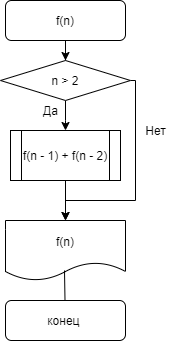
The draw.io diagram Untitled Diagram.drawio.png in xcmdx/zxc, before a commit. Source tidied: cells renumbered, new cells last; positions are measured from the earlier drawing's top-left corner, leaving out a move shared by most shapes.
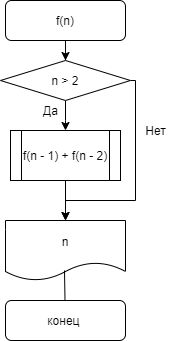
The same file after the commit.

Diff of the diagram source:
```diff
@@ -49,7 +49,7 @@
     <mxCell id="11" value="f(n - 1) + f(n - 2)" style="shape=process;whiteSpace=wrap;html=1;backgroundOutline=1;" parent="1" vertex="1">
       <mxGeometry x="10" y="130" width="110" height="50" as="geometry" />
     </mxCell>
-    <mxCell id="12" value="f(n)" style="shape=document;whiteSpace=wrap;html=1;boundedLbl=1;" parent="1" vertex="1">
+    <mxCell id="12" value="n" style="shape=document;whiteSpace=wrap;html=1;boundedLbl=1;" parent="1" vertex="1">
       <mxGeometry x="5" y="220" width="120" height="60" as="geometry" />
     </mxCell>
     <mxCell id="13" style="endArrow=none;html=1;" parent="1" edge="1">
```
